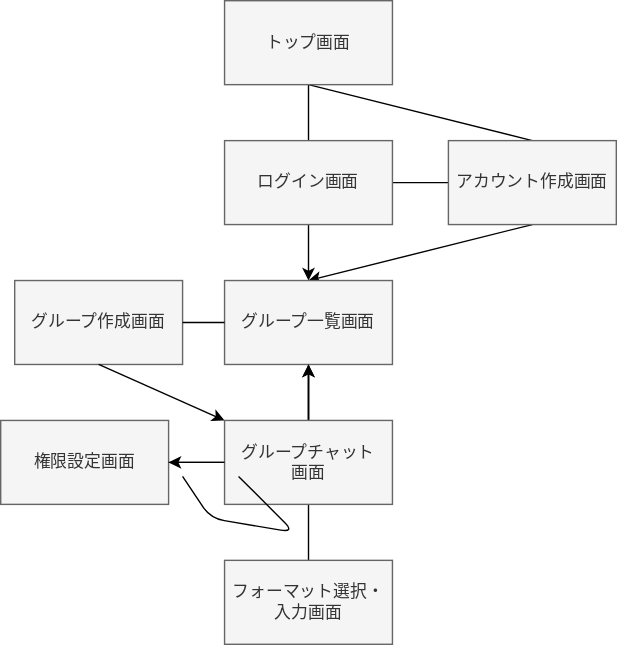
The draw.io diagram document.drawio.svg in nkc-ug/PSI, before a commit. Source tidied: cells renumbered, new cells last; positions are measured from the earlier drawing's top-left corner, leaving out a move shared by most shapes.
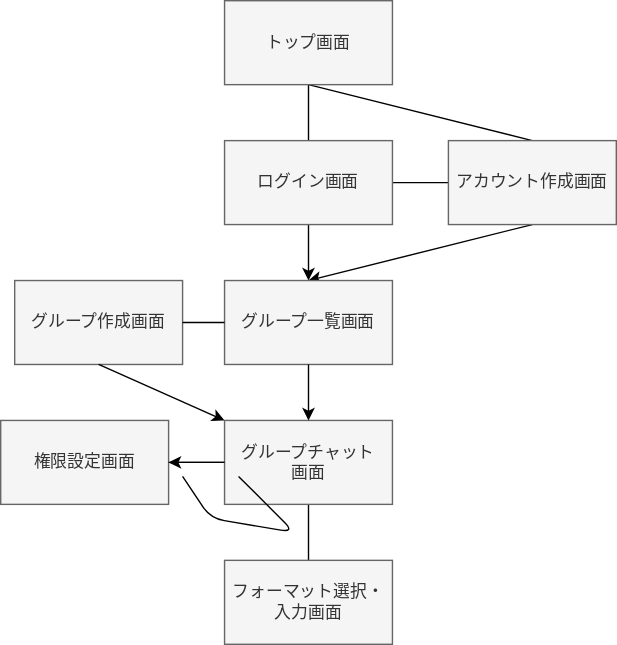
The same file after the commit.

Commit message:
画面を追加

Change to the diagram source:
```diff
@@ -28,11 +28,6 @@
     <mxCell id="9" value="アカウント作成画面" style="whiteSpace=wrap;html=1;fillColor=#f5f5f5;fontColor=#333333;strokeColor=#666666;" parent="1" vertex="1">
       <mxGeometry x="320" y="100" width="120" height="60" as="geometry" />
     </mxCell>
-    <mxCell id="10" style="edgeStyle=none;html=1;exitX=0.5;exitY=1;exitDx=0;exitDy=0;entryX=0.5;entryY=0;entryDx=0;entryDy=0;endArrow=none;endFill=0;" parent="1" edge="1" source="11">
-      <mxGeometry relative="1" as="geometry">
-        <mxPoint x="220" y="300" as="targetPoint" />
-      </mxGeometry>
-    </mxCell>
     <mxCell id="11" value="グループ一覧画面" style="whiteSpace=wrap;html=1;fillColor=#f5f5f5;fontColor=#333333;strokeColor=#666666;" parent="1" vertex="1">
       <mxGeometry x="160" y="200" width="120" height="60" as="geometry" />
     </mxCell>
@@ -58,12 +53,6 @@
     <mxCell id="17" style="edgeStyle=none;html=1;" parent="1" edge="1" source="20" target="21">
       <mxGeometry relative="1" as="geometry" />
     </mxCell>
-    <mxCell id="18" style="edgeStyle=none;html=1;" parent="1" edge="1" source="20" target="11">
-      <mxGeometry relative="1" as="geometry" />
-    </mxCell>
-    <mxCell id="19" style="edgeStyle=none;html=1;" parent="1" edge="1" source="20" target="11">
-      <mxGeometry relative="1" as="geometry" />
-    </mxCell>
     <mxCell id="20" value="グループチャット&lt;br&gt;画面" style="whiteSpace=wrap;html=1;fillColor=#f5f5f5;fontColor=#333333;strokeColor=#666666;" parent="1" vertex="1">
       <mxGeometry x="160" y="300" width="120" height="60" as="geometry" />
     </mxCell>
@@ -83,5 +72,8 @@
         </Array>
       </mxGeometry>
     </mxCell>
+    <mxCell id="24" style="edgeStyle=none;html=1;entryX=0.5;entryY=0;entryDx=0;entryDy=0;endArrow=classic;endFill=1;exitX=0.5;exitY=1;exitDx=0;exitDy=0;" parent="1" edge="1" source="11" target="20">
+      <mxGeometry relative="1" as="geometry" />
+    </mxCell>
   </root>
 </mxGraphModel>
```
